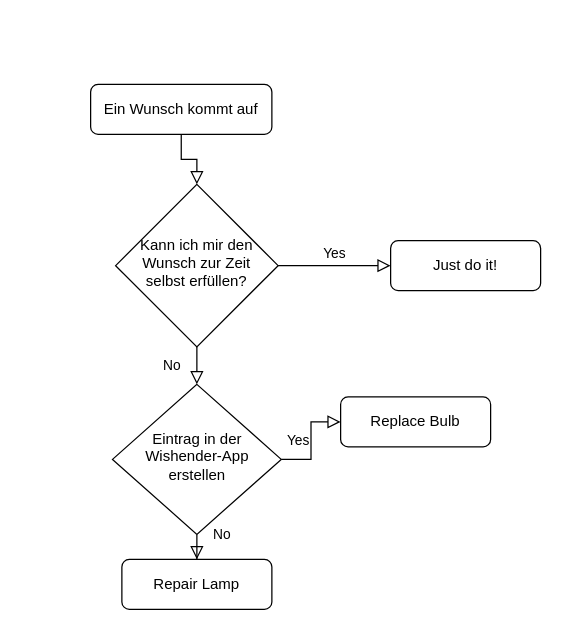
This is wishender.drawio from braale96/hs21_prog2, a draw.io file, before an edit. Source tidied: cells renumbered, new cells numbered last; positions are measured from the earlier drawing's top-left corner, leaving out a move shared by most shapes. Both pictures are drawn from the tidied source at 125%, with x=0, y=0 at pixel (90, 84).
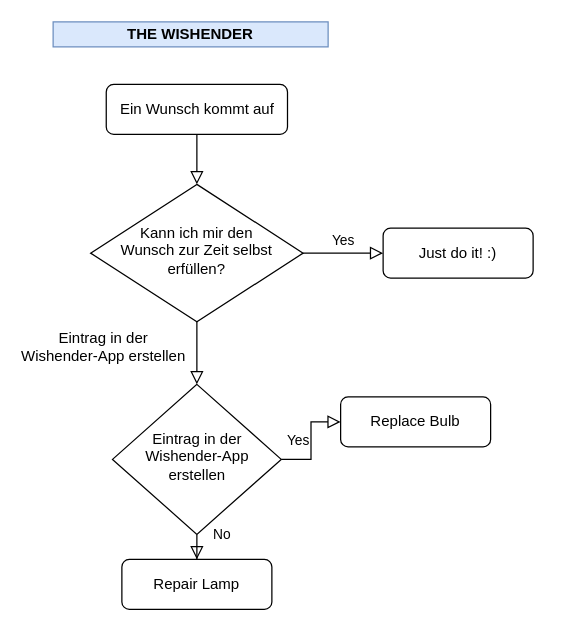
The same diagram, later.

Diff of the diagram source:
```diff
@@
 <mxGraphModel>
   <root>
     <mxCell id="0" />
     <mxCell id="1" parent="0" />
     <mxCell id="2" style="rounded=0;html=1;jettySize=auto;fontSize=11;endArrow=block;endFill=0;endSize=8;strokeWidth=1;shadow=0;labelBackgroundColor=none;edgeStyle=orthogonalEdgeStyle;" parent="1" edge="1" source="3" target="6">
       <mxGeometry relative="1" as="geometry" />
     </mxCell>
     <mxCell id="3" value="Ein Wunsch kommt auf" style="rounded=1;whiteSpace=wrap;html=1;fontSize=12;glass=0;strokeWidth=1;shadow=0;" parent="1" vertex="1">
-      <mxGeometry width="145" height="40" as="geometry" />
+      <mxGeometry x="12.5" width="145" height="40" as="geometry" />
     </mxCell>
-    <mxCell id="4" value="No" style="rounded=0;html=1;jettySize=auto;fontSize=11;endArrow=block;endFill=0;endSize=8;strokeWidth=1;shadow=0;labelBackgroundColor=none;edgeStyle=orthogonalEdgeStyle;" parent="1" edge="1" source="6" target="10">
-      <mxGeometry y="20" relative="1" as="geometry" />
+    <mxCell id="4" value="&lt;span style=&quot;font-size: 12px&quot;&gt;Eintrag in der &lt;br&gt;Wishender-App erstellen&lt;/span&gt;" style="rounded=0;html=1;jettySize=auto;fontSize=11;endArrow=block;endFill=0;endSize=8;strokeWidth=1;shadow=0;labelBackgroundColor=none;edgeStyle=orthogonalEdgeStyle;" parent="1" edge="1" source="6" target="10">
+      <mxGeometry x="-0.2" y="-75" relative="1" as="geometry" />
     </mxCell>
     <mxCell id="5" value="Yes" style="edgeStyle=orthogonalEdgeStyle;rounded=0;html=1;jettySize=auto;fontSize=11;endArrow=block;endFill=0;endSize=8;strokeWidth=1;shadow=0;labelBackgroundColor=none;" parent="1" edge="1" source="6" target="7">
       <mxGeometry y="10" relative="1" as="geometry" />
     </mxCell>
-    <mxCell id="6" value="Kann ich mir den Wunsch zur Zeit selbst erfüllen?" style="rhombus;whiteSpace=wrap;html=1;shadow=0;fontFamily=Helvetica;fontSize=12;align=center;strokeWidth=1;spacing=6;spacingTop=-4;" parent="1" vertex="1">
-      <mxGeometry x="20" y="80" width="130" height="130" as="geometry" />
+    <mxCell id="6" value="Kann ich mir den &lt;br&gt;Wunsch zur Zeit selbst erfüllen?" style="rhombus;whiteSpace=wrap;html=1;shadow=0;fontFamily=Helvetica;fontSize=12;align=center;strokeWidth=1;spacing=6;spacingTop=-4;" parent="1" vertex="1">
+      <mxGeometry y="80" width="170" height="110" as="geometry" />
     </mxCell>
-    <mxCell id="7" value="Just do it!" style="rounded=1;whiteSpace=wrap;html=1;fontSize=12;glass=0;strokeWidth=1;shadow=0;" parent="1" vertex="1">
-      <mxGeometry x="240" y="125" width="120" height="40" as="geometry" />
+    <mxCell id="7" value="Just do it! :)" style="rounded=1;whiteSpace=wrap;html=1;fontSize=12;glass=0;strokeWidth=1;shadow=0;" parent="1" vertex="1">
+      <mxGeometry x="234" y="115" width="120" height="40" as="geometry" />
     </mxCell>
     <mxCell id="8" value="No" style="rounded=0;html=1;jettySize=auto;fontSize=11;endArrow=block;endFill=0;endSize=8;strokeWidth=1;shadow=0;labelBackgroundColor=none;edgeStyle=orthogonalEdgeStyle;" parent="1" edge="1" source="10" target="11">
       <mxGeometry x="0.33" y="20" relative="1" as="geometry" />
     </mxCell>
     <mxCell id="9" value="Yes" style="edgeStyle=orthogonalEdgeStyle;rounded=0;html=1;jettySize=auto;fontSize=11;endArrow=block;endFill=0;endSize=8;strokeWidth=1;shadow=0;labelBackgroundColor=none;" parent="1" edge="1" source="10" target="12">
       <mxGeometry y="10" relative="1" as="geometry" />
     </mxCell>
     <mxCell id="10" value="Eintrag in der Wishender-App erstellen" style="rhombus;whiteSpace=wrap;html=1;shadow=0;fontFamily=Helvetica;fontSize=12;align=center;strokeWidth=1;spacing=6;spacingTop=-4;" parent="1" vertex="1">
       <mxGeometry x="17.5" y="240" width="135" height="120" as="geometry" />
     </mxCell>
     <mxCell id="11" value="Repair Lamp" style="rounded=1;whiteSpace=wrap;html=1;fontSize=12;glass=0;strokeWidth=1;shadow=0;" parent="1" vertex="1">
       <mxGeometry x="25" y="380" width="120" height="40" as="geometry" />
     </mxCell>
     <mxCell id="12" value="Replace Bulb" style="rounded=1;whiteSpace=wrap;html=1;fontSize=12;glass=0;strokeWidth=1;shadow=0;" parent="1" vertex="1">
       <mxGeometry x="200" y="250" width="120" height="40" as="geometry" />
     </mxCell>
+    <mxCell id="13" value="&lt;b&gt;THE WISHENDER&lt;/b&gt;" style="text;html=1;strokeColor=#6c8ebf;fillColor=#dae8fc;align=center;verticalAlign=middle;whiteSpace=wrap;rounded=0;" parent="1" vertex="1">
+      <mxGeometry x="-30" y="-50" width="220" height="20" as="geometry" />
+    </mxCell>
   </root>
 </mxGraphModel>
```
